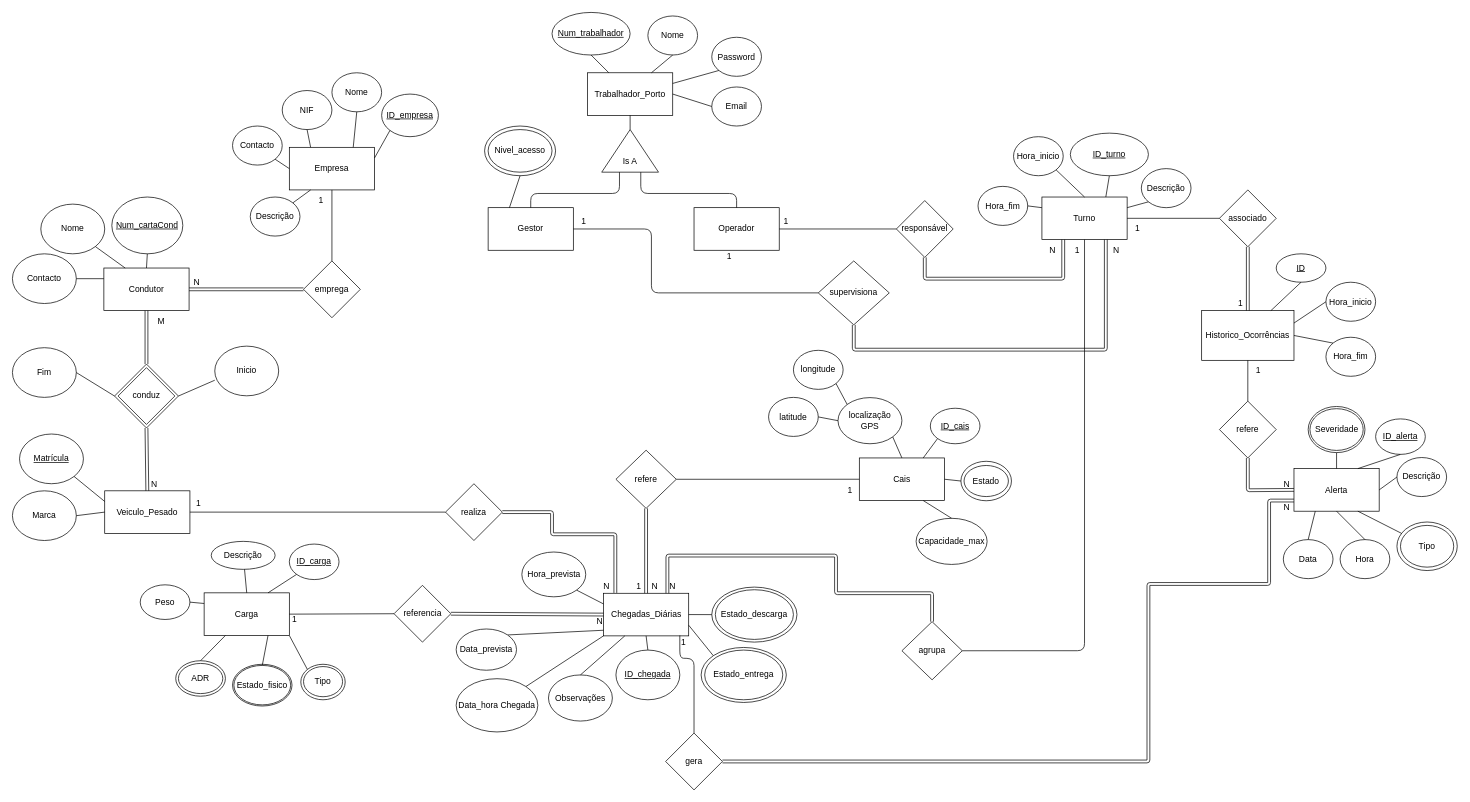
Before: docs/BD/Relacional/DER-BD-IntelligentLogistics.drawio in PEI-HAZARDS/IntelligentLogistics, a draw.io diagram. Source tidied: cells renumbered, new cells numbered last; positions are measured from the earlier drawing's top-left corner, leaving out a move shared by most shapes. Both pictures are drawn from the tidied source at 71%, with x=0, y=0 at pixel (12, 12).
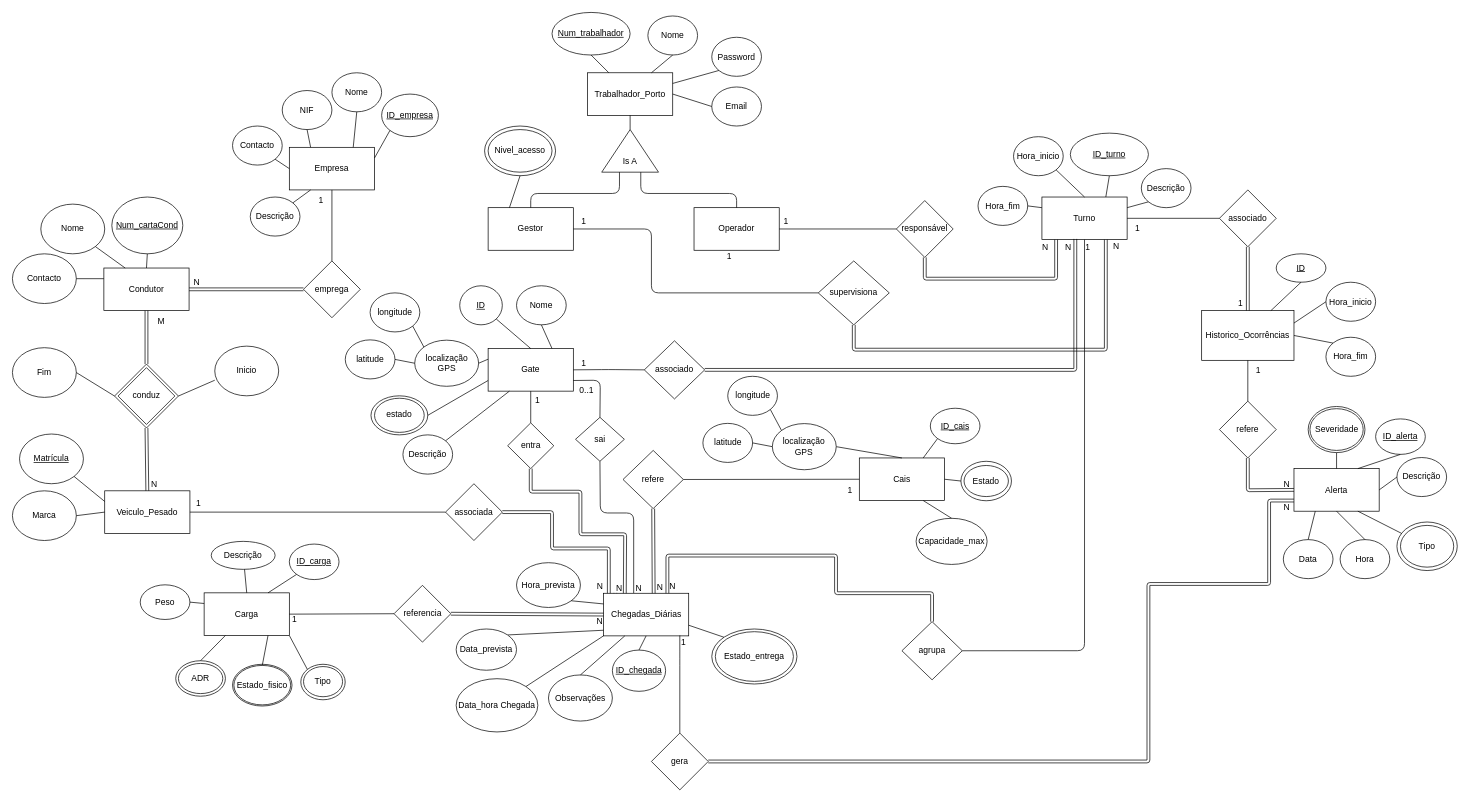
Above is the later version.

The change refers to these unchanged cells:
```xml
<mxCell id="5" value="Cais" style="rounded=0;whiteSpace=wrap;html=1;" parent="1" vertex="1">
  <mxGeometry x="1192.8" y="627.5" width="120" height="60" as="geometry" />
</mxCell>
<mxCell id="6" value="Chegadas_Diárias" style="rounded=0;whiteSpace=wrap;html=1;" parent="1" vertex="1">
  <mxGeometry x="832.5" y="818.1" width="120" height="60" as="geometry" />
</mxCell>
<mxCell id="12" value="Turno" style="rounded=0;whiteSpace=wrap;html=1;" parent="1" vertex="1">
  <mxGeometry x="1450" y="260" width="120" height="60" as="geometry" />
</mxCell>
<mxCell id="109" value="responsável" style="rhombus;whiteSpace=wrap;html=1;" parent="1" vertex="1">
  <mxGeometry x="1245" y="265" width="80" height="80" as="geometry" />
</mxCell>
```

What changed in the source:
```diff
@@
+    <mxCell id="130" style="endArrow=none;html=1;entryX=0.5;entryY=1;entryDx=0;entryDy=0;shape=link;exitX=0.589;exitY=0.036;exitDx=0;exitDy=0;exitPerimeter=0;" parent="1" edge="1" source="6" target="129">
+      <mxGeometry relative="1" as="geometry" />
+    </mxCell>
+    <mxCell id="138" style="endArrow=none;html=1;entryX=1;entryY=0.5;entryDx=0;entryDy=0;shape=link;edgeStyle=orthogonalEdgeStyle;exitX=0.139;exitY=-0.009;exitDx=0;exitDy=0;exitPerimeter=0;" parent="1" edge="1" source="6" target="134">
+      <mxGeometry relative="1" as="geometry">
+        <Array as="points">
+          <mxPoint x="849" y="835" />
+          <mxPoint x="840" y="835" />
+          <mxPoint x="840" y="755" />
+          <mxPoint x="760" y="755" />
+          <mxPoint x="760" y="704" />
+        </Array>
+      </mxGeometry>
+    </mxCell>
+    <mxCell id="184" style="endArrow=none;html=1;exitX=0;exitY=1;exitDx=0;exitDy=0;entryX=0.5;entryY=1;entryDx=0;entryDy=0;" parent="1" edge="1" source="154" target="212">
+      <mxGeometry relative="1" as="geometry">
+        <Array as="points">
+          <mxPoint x="875" y="705" />
+          <mxPoint x="828" y="705" />
+        </Array>
+      </mxGeometry>
+    </mxCell>
@@
     <mxCell id="25" value="&lt;u&gt;ID_chegada&lt;/u&gt;" style="ellipse;whiteSpace=wrap;html=1;" parent="1" vertex="1">
-      <mxGeometry x="850" y="898.1" width="90" height="70" as="geometry" />
+      <mxGeometry x="845" y="898.1" width="75" height="58.1" as="geometry" />
     </mxCell>
@@
     <mxCell id="28" value="Hora_prevista" style="ellipse;whiteSpace=wrap;html=1;" parent="1" vertex="1">
-      <mxGeometry x="717.5" y="760" width="90" height="63.1" as="geometry" />
+      <mxGeometry x="710" y="775" width="90" height="63.1" as="geometry" />
     </mxCell>
     <mxCell id="29" value="Estado_entrega" style="ellipse;whiteSpace=wrap;html=1;" parent="1" vertex="1">
-      <mxGeometry x="975" y="898.1" width="110" height="70" as="geometry" />
+      <mxGeometry x="990" y="872.2" width="110" height="70" as="geometry" />
     </mxCell>
     <mxCell id="30" style="ellipse;whiteSpace=wrap;html=1;fillColor=none;" parent="1" vertex="1">
-      <mxGeometry x="970" y="894.4" width="120" height="77.5" as="geometry" />
+      <mxGeometry x="985" y="868.4" width="120" height="77.5" as="geometry" />
     </mxCell>
-    <mxCell id="31" value="Estado_descarga" style="ellipse;whiteSpace=wrap;html=1;" parent="1" vertex="1">
-      <mxGeometry x="990" y="813.1" width="110" height="70" as="geometry" />
-    </mxCell>
-    <mxCell id="32" style="ellipse;whiteSpace=wrap;html=1;fillColor=none;" parent="1" vertex="1">
-      <mxGeometry x="985" y="809.4" width="120" height="77.5" as="geometry" />
-    </mxCell>
-    <mxCell id="33" style="endArrow=none;html=1;entryX=1;entryY=0.5;entryDx=0;entryDy=0;exitX=0;exitY=0.5;exitDx=0;exitDy=0;" parent="1" edge="1" source="32" target="6">
-      <mxGeometry relative="1" as="geometry" />
-    </mxCell>
@@
-    <mxCell id="84" value="localização GPS" style="ellipse;whiteSpace=wrap;html=1;" parent="1" vertex="1">
-      <mxGeometry x="1162.8" y="542.5" width="90" height="65" as="geometry" />
-    </mxCell>
-    <mxCell id="85" style="endArrow=none;html=1;exitX=1;exitY=1;exitDx=0;exitDy=0;entryX=0.5;entryY=0;entryDx=0;entryDy=0;" parent="1" edge="1" source="84" target="5">
+    <mxCell id="85" style="endArrow=none;html=1;exitX=1;exitY=0.5;exitDx=0;exitDy=0;entryX=0.5;entryY=0;entryDx=0;entryDy=0;" parent="1" edge="1" source="202" target="5">
       <mxGeometry relative="1" as="geometry" />
     </mxCell>
@@
-    <mxCell id="110" style="endArrow=none;html=1;exitX=0.5;exitY=1;exitDx=0;exitDy=0;entryX=0.25;entryY=1;entryDx=0;entryDy=0;shape=link;edgeStyle=orthogonalEdgeStyle;" parent="1" edge="1" source="109" target="12">
+    <mxCell id="110" style="endArrow=none;html=1;exitX=0.5;exitY=1;exitDx=0;exitDy=0;shape=link;edgeStyle=orthogonalEdgeStyle;" parent="1" edge="1" source="109" target="12">
       <mxGeometry relative="1" as="geometry">
         <Array as="points">
           <mxPoint x="1285" y="375" />
-          <mxPoint x="1480" y="375" />
+          <mxPoint x="1470" y="375" />
         </Array>
       </mxGeometry>
     </mxCell>
@@
     <mxCell id="113" value="N" style="text;html=1;align=center;verticalAlign=middle;whiteSpace=wrap;rounded=0;" parent="1" vertex="1">
-      <mxGeometry x="1450" y="320" width="30" height="30" as="geometry" />
+      <mxGeometry x="1450" y="325" width="10" height="12.5" as="geometry" />
     </mxCell>
@@
     <mxCell id="117" value="N" style="text;html=1;align=center;verticalAlign=middle;whiteSpace=wrap;rounded=0;" parent="1" vertex="1">
-      <mxGeometry x="1540" y="320" width="30" height="30" as="geometry" />
+      <mxGeometry x="1550" y="324.1" width="10" height="11.7" as="geometry" />
     </mxCell>
@@
     <mxCell id="129" value="refere" style="rhombus;whiteSpace=wrap;html=1;" parent="1" vertex="1">
-      <mxGeometry x="850" y="616.6" width="85" height="81.9" as="geometry" />
+      <mxGeometry x="860" y="616.9" width="85" height="81.9" as="geometry" />
     </mxCell>
-    <mxCell id="130" style="endArrow=none;html=1;entryX=0.5;entryY=1;entryDx=0;entryDy=0;exitX=0.5;exitY=0;exitDx=0;exitDy=0;shape=link;" parent="1" edge="1" source="6" target="129">
-      <mxGeometry relative="1" as="geometry" />
-    </mxCell>
@@
     <mxCell id="132" value="N" style="text;html=1;align=center;verticalAlign=middle;whiteSpace=wrap;rounded=0;" parent="1" vertex="1">
-      <mxGeometry x="895" y="793.1" width="20" height="30" as="geometry" />
+      <mxGeometry x="905" y="800.9" width="15" height="18.1" as="geometry" />
     </mxCell>
@@
-    <mxCell id="134" value="realiza" style="rhombus;whiteSpace=wrap;html=1;" parent="1" vertex="1">
+    <mxCell id="134" value="associada" style="rhombus;whiteSpace=wrap;html=1;" parent="1" vertex="1">
       <mxGeometry x="610" y="663.8" width="80" height="80" as="geometry" />
     </mxCell>
@@
     <mxCell id="136" value="1" style="text;html=1;align=center;verticalAlign=middle;whiteSpace=wrap;rounded=0;" parent="1" vertex="1">
-      <mxGeometry x="1490" y="322.5" width="20" height="25" as="geometry" />
+      <mxGeometry x="1510" y="325" width="10" height="12.5" as="geometry" />
     </mxCell>
     <mxCell id="137" value="N" style="text;html=1;align=center;verticalAlign=middle;whiteSpace=wrap;rounded=0;" parent="1" vertex="1">
-      <mxGeometry x="915" y="793.1" width="30" height="30" as="geometry" />
+      <mxGeometry x="925" y="799.7" width="10" height="19.4" as="geometry" />
     </mxCell>
-    <mxCell id="138" style="endArrow=none;html=1;entryX=1;entryY=0.5;entryDx=0;entryDy=0;shape=link;edgeStyle=orthogonalEdgeStyle;exitX=0.139;exitY=-0.009;exitDx=0;exitDy=0;exitPerimeter=0;" parent="1" edge="1" source="6" target="134">
-      <mxGeometry relative="1" as="geometry">
-        <Array as="points">
-          <mxPoint x="849" y="735" />
-          <mxPoint x="760" y="735" />
-          <mxPoint x="760" y="704" />
-        </Array>
-      </mxGeometry>
-    </mxCell>
     <mxCell id="139" value="N" style="text;html=1;align=center;verticalAlign=middle;whiteSpace=wrap;rounded=0;" parent="1" vertex="1">
-      <mxGeometry x="827.5" y="800.6" width="17.5" height="17.5" as="geometry" />
+      <mxGeometry x="818.8" y="800.6" width="17.5" height="17.5" as="geometry" />
     </mxCell>
@@
     <mxCell id="146" value="gera" style="rhombus;whiteSpace=wrap;html=1;" parent="1" vertex="1">
-      <mxGeometry x="920" y="1015" width="80" height="80" as="geometry" />
+      <mxGeometry x="900" y="1015" width="80" height="80" as="geometry" />
     </mxCell>
@@
-    <mxCell id="154" value="1" style="text;html=1;align=center;verticalAlign=middle;whiteSpace=wrap;rounded=0;" parent="1" vertex="1">
-      <mxGeometry x="875" y="798.1" width="15" height="20" as="geometry" />
+    <mxCell id="154" value="N" style="text;html=1;align=center;verticalAlign=middle;whiteSpace=wrap;rounded=0;" parent="1" vertex="1">
+      <mxGeometry x="875" y="805" width="15" height="13.1" as="geometry" />
     </mxCell>
@@
     <mxCell id="178" style="endArrow=none;html=1;entryX=0.5;entryY=1;entryDx=0;entryDy=0;exitX=0.5;exitY=0;exitDx=0;exitDy=0;" parent="1" edge="1" source="146">
       <mxGeometry relative="1" as="geometry">
         <mxPoint x="940" y="877.5" as="targetPoint" />
         <Array as="points">
-          <mxPoint x="960" y="910" />
           <mxPoint x="940" y="909.5" />
         </Array>
       </mxGeometry>
     </mxCell>
@@
-    <mxCell id="180" value="latitude" style="ellipse;whiteSpace=wrap;html=1;" parent="1" vertex="1">
-      <mxGeometry x="1065" y="542.2" width="70" height="55" as="geometry" />
-    </mxCell>
-    <mxCell id="181" style="endArrow=none;html=1;exitX=0;exitY=0.5;exitDx=0;exitDy=0;entryX=1;entryY=0.5;entryDx=0;entryDy=0;" parent="1" edge="1" source="84" target="180">
-      <mxGeometry relative="1" as="geometry" />
-    </mxCell>
-    <mxCell id="182" value="longitude" style="ellipse;whiteSpace=wrap;html=1;" parent="1" vertex="1">
-      <mxGeometry x="1100" y="475.9" width="70" height="55" as="geometry" />
-    </mxCell>
-    <mxCell id="183" style="endArrow=none;html=1;exitX=0;exitY=0;exitDx=0;exitDy=0;entryX=1;entryY=1;entryDx=0;entryDy=0;" parent="1" edge="1" source="84" target="182">
-      <mxGeometry relative="1" as="geometry" />
-    </mxCell>
+    <mxCell id="185" value="Gate" style="rounded=0;whiteSpace=wrap;html=1;" parent="1" vertex="1">
+      <mxGeometry x="670" y="473.4" width="120" height="60" as="geometry" />
+    </mxCell>
+    <mxCell id="186" value="&lt;u&gt;ID&lt;/u&gt;" style="ellipse;whiteSpace=wrap;html=1;" parent="1" vertex="1">
+      <mxGeometry x="630" y="385" width="60" height="55" as="geometry" />
+    </mxCell>
+    <mxCell id="187" value="Nome" style="ellipse;whiteSpace=wrap;html=1;" parent="1" vertex="1">
+      <mxGeometry x="710" y="385" width="70" height="55" as="geometry" />
+    </mxCell>
+    <mxCell id="188" value="estado" style="ellipse;whiteSpace=wrap;html=1;" parent="1" vertex="1">
+      <mxGeometry x="510" y="543.4" width="70" height="48.1" as="geometry" />
+    </mxCell>
+    <mxCell id="189" style="ellipse;whiteSpace=wrap;html=1;fillColor=none;" parent="1" vertex="1">
+      <mxGeometry x="505" y="540" width="80" height="55" as="geometry" />
+    </mxCell>
+    <mxCell id="190" value="localização GPS" style="ellipse;whiteSpace=wrap;html=1;" parent="1" vertex="1">
+      <mxGeometry x="566.6" y="461.6" width="90" height="65" as="geometry" />
+    </mxCell>
+    <mxCell id="191" value="latitude" style="ellipse;whiteSpace=wrap;html=1;" parent="1" vertex="1">
+      <mxGeometry x="468.8" y="461.2" width="70" height="55" as="geometry" />
+    </mxCell>
+    <mxCell id="192" style="endArrow=none;html=1;exitX=0;exitY=0.5;exitDx=0;exitDy=0;entryX=1;entryY=0.5;entryDx=0;entryDy=0;" parent="1" edge="1" source="190" target="191">
+      <mxGeometry relative="1" as="geometry" />
+    </mxCell>
+    <mxCell id="193" value="longitude" style="ellipse;whiteSpace=wrap;html=1;" parent="1" vertex="1">
+      <mxGeometry x="503.8" y="395" width="70" height="55" as="geometry" />
+    </mxCell>
+    <mxCell id="194" style="endArrow=none;html=1;exitX=0;exitY=0;exitDx=0;exitDy=0;entryX=1;entryY=1;entryDx=0;entryDy=0;" parent="1" edge="1" source="190" target="193">
+      <mxGeometry relative="1" as="geometry" />
+    </mxCell>
+    <mxCell id="195" value="Descrição" style="ellipse;whiteSpace=wrap;html=1;" parent="1" vertex="1">
+      <mxGeometry x="550" y="595" width="70" height="55.3" as="geometry" />
+    </mxCell>
+    <mxCell id="196" style="endArrow=none;html=1;entryX=1;entryY=0.5;entryDx=0;entryDy=0;exitX=0;exitY=0.25;exitDx=0;exitDy=0;" parent="1" edge="1" source="185" target="190">
+      <mxGeometry relative="1" as="geometry" />
+    </mxCell>
+    <mxCell id="197" style="endArrow=none;html=1;entryX=1;entryY=0.5;entryDx=0;entryDy=0;exitX=0;exitY=0.75;exitDx=0;exitDy=0;" parent="1" edge="1" source="185" target="189">
+      <mxGeometry relative="1" as="geometry" />
+    </mxCell>
+    <mxCell id="198" style="endArrow=none;html=1;entryX=1;entryY=0;entryDx=0;entryDy=0;exitX=0.25;exitY=1;exitDx=0;exitDy=0;" parent="1" edge="1" source="185" target="195">
+      <mxGeometry relative="1" as="geometry" />
+    </mxCell>
+    <mxCell id="199" style="endArrow=none;html=1;entryX=0.75;entryY=0;entryDx=0;entryDy=0;exitX=0.5;exitY=1;exitDx=0;exitDy=0;" parent="1" edge="1" source="187" target="185">
+      <mxGeometry relative="1" as="geometry" />
+    </mxCell>
+    <mxCell id="200" style="endArrow=none;html=1;entryX=0.5;entryY=0;entryDx=0;entryDy=0;exitX=1;exitY=1;exitDx=0;exitDy=0;" parent="1" edge="1" source="186" target="185">
+      <mxGeometry relative="1" as="geometry" />
+    </mxCell>
+    <mxCell id="201" value="associado" style="rhombus;whiteSpace=wrap;html=1;" parent="1" vertex="1">
+      <mxGeometry x="890" y="462.5" width="85" height="81.9" as="geometry" />
+    </mxCell>
+    <mxCell id="202" value="localização GPS" style="ellipse;whiteSpace=wrap;html=1;" parent="1" vertex="1">
+      <mxGeometry x="1070.3" y="579.1" width="90" height="65" as="geometry" />
+    </mxCell>
+    <mxCell id="203" value="latitude" style="ellipse;whiteSpace=wrap;html=1;" parent="1" vertex="1">
+      <mxGeometry x="972.5" y="578.8" width="70" height="55" as="geometry" />
+    </mxCell>
+    <mxCell id="204" style="endArrow=none;html=1;exitX=0;exitY=0.5;exitDx=0;exitDy=0;entryX=1;entryY=0.5;entryDx=0;entryDy=0;" parent="1" edge="1" source="202" target="203">
+      <mxGeometry relative="1" as="geometry" />
+    </mxCell>
+    <mxCell id="205" value="longitude" style="ellipse;whiteSpace=wrap;html=1;" parent="1" vertex="1">
+      <mxGeometry x="1007.5" y="512.5" width="70" height="55" as="geometry" />
+    </mxCell>
+    <mxCell id="206" style="endArrow=none;html=1;exitX=0;exitY=0;exitDx=0;exitDy=0;entryX=1;entryY=1;entryDx=0;entryDy=0;" parent="1" edge="1" source="202" target="205">
+      <mxGeometry relative="1" as="geometry" />
+    </mxCell>
+    <mxCell id="207" value="entra" style="rhombus;whiteSpace=wrap;html=1;" parent="1" vertex="1">
+      <mxGeometry x="697.5" y="578.1" width="65" height="64.4" as="geometry" />
+    </mxCell>
+    <mxCell id="208" style="endArrow=none;html=1;entryX=0;entryY=0.5;entryDx=0;entryDy=0;exitX=1;exitY=0.5;exitDx=0;exitDy=0;" parent="1" edge="1" source="185" target="201">
+      <mxGeometry relative="1" as="geometry">
+        <Array as="points">
+          <mxPoint x="840" y="503" />
+        </Array>
+      </mxGeometry>
+    </mxCell>
+    <mxCell id="209" style="endArrow=none;html=1;exitX=1;exitY=0.5;exitDx=0;exitDy=0;entryX=0.392;entryY=0.983;entryDx=0;entryDy=0;shape=link;edgeStyle=orthogonalEdgeStyle;entryPerimeter=0;" parent="1" edge="1" source="201" target="12">
+      <mxGeometry relative="1" as="geometry">
+        <Array as="points">
+          <mxPoint x="1497" y="503" />
+        </Array>
+      </mxGeometry>
+    </mxCell>
+    <mxCell id="210" value="1" style="text;html=1;align=center;verticalAlign=middle;whiteSpace=wrap;rounded=0;" parent="1" vertex="1">
+      <mxGeometry x="795" y="481.6" width="20" height="25" as="geometry" />
+    </mxCell>
+    <mxCell id="211" value="N" style="text;html=1;align=center;verticalAlign=middle;whiteSpace=wrap;rounded=0;" parent="1" vertex="1">
+      <mxGeometry x="1480" y="324.1" width="15" height="13.4" as="geometry" />
+    </mxCell>
+    <mxCell id="212" value="sai" style="rhombus;whiteSpace=wrap;html=1;" parent="1" vertex="1">
+      <mxGeometry x="793.1" y="570.3" width="68.8" height="61.9" as="geometry" />
+    </mxCell>
+    <mxCell id="213" style="endArrow=none;html=1;entryX=1;entryY=0.75;entryDx=0;entryDy=0;exitX=0.5;exitY=0;exitDx=0;exitDy=0;" parent="1" edge="1" source="212" target="185">
+      <mxGeometry relative="1" as="geometry">
+        <Array as="points">
+          <mxPoint x="828" y="518" />
+        </Array>
+      </mxGeometry>
+    </mxCell>
+    <mxCell id="214" style="endArrow=none;html=1;entryX=0.5;entryY=1;entryDx=0;entryDy=0;exitX=0.5;exitY=0;exitDx=0;exitDy=0;" parent="1" edge="1" source="207" target="185">
+      <mxGeometry relative="1" as="geometry" />
+    </mxCell>
+    <mxCell id="215" value="1" style="text;html=1;align=center;verticalAlign=middle;whiteSpace=wrap;rounded=0;" parent="1" vertex="1">
+      <mxGeometry x="730" y="533.4" width="20" height="25" as="geometry" />
+    </mxCell>
+    <mxCell id="216" value="0..1" style="text;html=1;align=center;verticalAlign=middle;whiteSpace=wrap;rounded=0;" parent="1" vertex="1">
+      <mxGeometry x="798.8" y="520" width="20" height="25" as="geometry" />
+    </mxCell>
+    <mxCell id="217" style="endArrow=none;html=1;entryX=0.5;entryY=1;entryDx=0;entryDy=0;exitX=0.25;exitY=0;exitDx=0;exitDy=0;shape=link;" parent="1" edge="1" source="6" target="207">
+      <mxGeometry relative="1" as="geometry">
+        <Array as="points">
+          <mxPoint x="863" y="735" />
+          <mxPoint x="800" y="735" />
+          <mxPoint x="800" y="675" />
+          <mxPoint x="730" y="675" />
+        </Array>
+      </mxGeometry>
+    </mxCell>
+    <mxCell id="218" value="N" style="text;html=1;align=center;verticalAlign=middle;whiteSpace=wrap;rounded=0;" parent="1" vertex="1">
+      <mxGeometry x="850" y="806.9" width="10" height="8.8" as="geometry" />
+    </mxCell>
```
